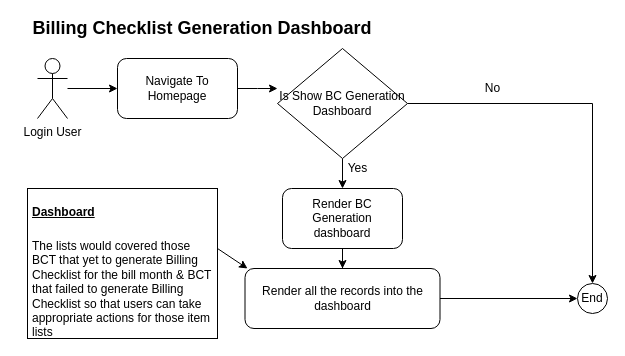
Before: page "BC Generation Dashboard" (14 of 17) of Untitled Diagram.drawio in Harbringer666/Harbringer, a draw.io diagram. Source tidied: cells renumbered, new cells numbered last; positions are measured from the earlier drawing's top-left corner, leaving out a move shared by most shapes. Both pictures are drawn from the tidied source at 100%, with x=0, y=0 at pixel (17, 18).
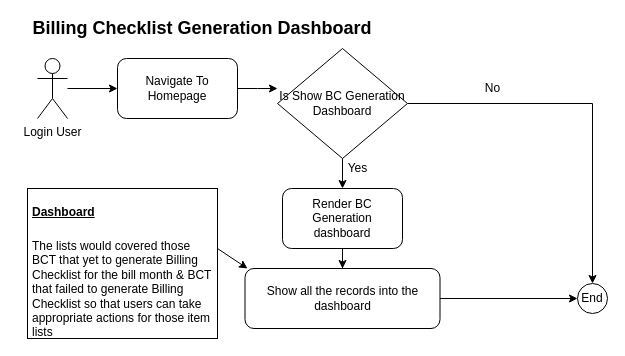
The same diagram, later.

Diff of the diagram source:
```diff
@@
-    <mxCell id="13" value="Render all the records into the dashboard" style="whiteSpace=wrap;html=1;rounded=1;" parent="1" vertex="1">
+    <mxCell id="13" value="Show all the records into the dashboard" style="whiteSpace=wrap;html=1;rounded=1;" parent="1" vertex="1">
       <mxGeometry x="227.5" y="250" width="195" height="60" as="geometry" />
     </mxCell>
```
